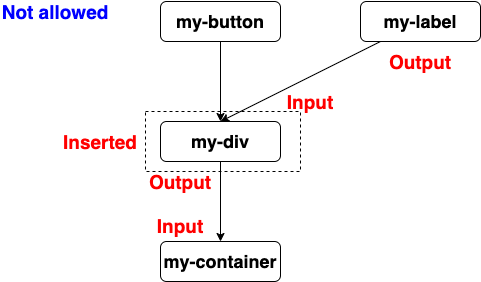
Earlier version of the draw.io export Python3/Dash/img/Dash_9.png (lin-chen-DLA/lin-chen-DLA.github.io). Source tidied: cells renumbered, new cells last; positions are measured from the earlier drawing's top-left corner, leaving out a move shared by most shapes. Its diagram source:
```xml
<mxGraphModel>
  <root>
    <mxCell id="0" />
    <mxCell id="1" parent="0" />
    <mxCell id="2" style="rounded=0;whiteSpace=wrap;html=1;dashed=1;" parent="1" vertex="1">
      <mxGeometry x="145" y="110" width="155" height="60" as="geometry" />
    </mxCell>
    <mxCell id="3" style="edgeStyle=orthogonalEdgeStyle;rounded=0;jettySize=auto;html=1;entryX=0.5;entryY=0;entryDx=0;entryDy=0;" parent="1" edge="1" source="4" target="6">
      <mxGeometry relative="1" as="geometry" />
    </mxCell>
    <mxCell id="4" value="&lt;font style=&quot;font-size: 18px&quot;&gt;&lt;b&gt;my-button&lt;/b&gt;&lt;/font&gt;" style="rounded=1;whiteSpace=wrap;html=1;" parent="1" vertex="1">
      <mxGeometry x="160" width="120" height="40" as="geometry" />
    </mxCell>
    <mxCell id="5" style="edgeStyle=orthogonalEdgeStyle;rounded=0;jettySize=auto;html=1;entryX=0.5;entryY=0;entryDx=0;entryDy=0;" parent="1" edge="1" source="6" target="12">
      <mxGeometry relative="1" as="geometry" />
    </mxCell>
    <mxCell id="6" value="&lt;font style=&quot;font-size: 18px&quot;&gt;&lt;b&gt;my-div&lt;/b&gt;&lt;/font&gt;" style="rounded=1;whiteSpace=wrap;html=1;" parent="1" vertex="1">
      <mxGeometry x="160" y="120" width="120" height="40" as="geometry" />
    </mxCell>
    <mxCell id="7" style="edgeStyle=none;rounded=0;jettySize=auto;html=1;entryX=0.5;entryY=0;entryDx=0;entryDy=0;" parent="1" edge="1" source="8" target="6">
      <mxGeometry relative="1" as="geometry" />
    </mxCell>
    <mxCell id="8" value="&lt;font style=&quot;font-size: 18px&quot;&gt;&lt;b&gt;my-label&lt;/b&gt;&lt;/font&gt;" style="rounded=1;whiteSpace=wrap;html=1;" parent="1" vertex="1">
      <mxGeometry x="360" width="120" height="40" as="geometry" />
    </mxCell>
    <mxCell id="9" value="&lt;font style=&quot;font-size: 19px&quot; color=&quot;#ff0000&quot;&gt;&lt;b&gt;Inserted&lt;/b&gt;&lt;/font&gt;" style="text;html=1;strokeColor=none;fillColor=none;align=center;verticalAlign=middle;whiteSpace=wrap;rounded=0;dashed=1;" parent="1" vertex="1">
      <mxGeometry x="80" y="130" width="40" height="20" as="geometry" />
    </mxCell>
    <mxCell id="10" value="&lt;font color=&quot;#ff0000&quot;&gt;&lt;span style=&quot;font-size: 19px&quot;&gt;&lt;b&gt;Output&lt;/b&gt;&lt;/span&gt;&lt;/font&gt;" style="text;html=1;strokeColor=none;fillColor=none;align=center;verticalAlign=middle;whiteSpace=wrap;rounded=0;dashed=1;" parent="1" vertex="1">
      <mxGeometry x="400" y="50" width="40" height="20" as="geometry" />
    </mxCell>
    <mxCell id="11" value="&lt;font color=&quot;#ff0000&quot;&gt;&lt;span style=&quot;font-size: 19px&quot;&gt;&lt;b&gt;Input&lt;/b&gt;&lt;/span&gt;&lt;/font&gt;" style="text;html=1;strokeColor=none;fillColor=none;align=center;verticalAlign=middle;whiteSpace=wrap;rounded=0;dashed=1;" parent="1" vertex="1">
      <mxGeometry x="290" y="90" width="40" height="20" as="geometry" />
    </mxCell>
    <mxCell id="12" value="&lt;font style=&quot;font-size: 18px&quot;&gt;&lt;b&gt;my-container&lt;/b&gt;&lt;/font&gt;" style="rounded=1;whiteSpace=wrap;html=1;" parent="1" vertex="1">
      <mxGeometry x="160" y="240" width="120" height="40" as="geometry" />
    </mxCell>
    <mxCell id="13" value="&lt;font color=&quot;#ff0000&quot;&gt;&lt;span style=&quot;font-size: 19px&quot;&gt;&lt;b&gt;Output&lt;/b&gt;&lt;/span&gt;&lt;/font&gt;" style="text;html=1;strokeColor=none;fillColor=none;align=center;verticalAlign=middle;whiteSpace=wrap;rounded=0;dashed=1;" parent="1" vertex="1">
      <mxGeometry x="160" y="170" width="40" height="20" as="geometry" />
    </mxCell>
    <mxCell id="14" value="&lt;font color=&quot;#ff0000&quot;&gt;&lt;span style=&quot;font-size: 19px&quot;&gt;&lt;b&gt;Input&lt;/b&gt;&lt;/span&gt;&lt;/font&gt;" style="text;html=1;strokeColor=none;fillColor=none;align=center;verticalAlign=middle;whiteSpace=wrap;rounded=0;dashed=1;" parent="1" vertex="1">
      <mxGeometry x="160" y="214" width="40" height="20" as="geometry" />
    </mxCell>
    <mxCell id="15" value="&lt;font style=&quot;font-size: 19px&quot; color=&quot;#0000ff&quot;&gt;&lt;b&gt;Not allowed&lt;/b&gt;&lt;/font&gt;" style="text;html=1;strokeColor=none;fillColor=none;align=center;verticalAlign=middle;whiteSpace=wrap;rounded=0;dashed=1;" parent="1" vertex="1">
      <mxGeometry width="110" height="20" as="geometry" />
    </mxCell>
  </root>
</mxGraphModel>
```
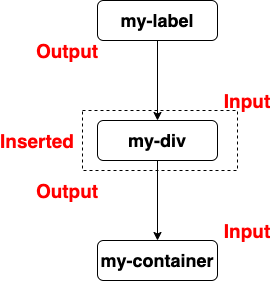
Above is the later version.

The edit, as a diff of the source:
```diff
@@ -5,12 +5,6 @@
     <mxCell id="2" style="rounded=0;whiteSpace=wrap;html=1;dashed=1;" parent="1" vertex="1">
       <mxGeometry x="145" y="110" width="155" height="60" as="geometry" />
     </mxCell>
-    <mxCell id="3" style="edgeStyle=orthogonalEdgeStyle;rounded=0;jettySize=auto;html=1;entryX=0.5;entryY=0;entryDx=0;entryDy=0;" parent="1" edge="1" source="4" target="6">
-      <mxGeometry relative="1" as="geometry" />
-    </mxCell>
-    <mxCell id="4" value="&lt;font style=&quot;font-size: 18px&quot;&gt;&lt;b&gt;my-button&lt;/b&gt;&lt;/font&gt;" style="rounded=1;whiteSpace=wrap;html=1;" parent="1" vertex="1">
-      <mxGeometry x="160" width="120" height="40" as="geometry" />
-    </mxCell>
     <mxCell id="5" style="edgeStyle=orthogonalEdgeStyle;rounded=0;jettySize=auto;html=1;entryX=0.5;entryY=0;entryDx=0;entryDy=0;" parent="1" edge="1" source="6" target="12">
       <mxGeometry relative="1" as="geometry" />
     </mxCell>
@@ -21,13 +15,13 @@
       <mxGeometry relative="1" as="geometry" />
     </mxCell>
     <mxCell id="8" value="&lt;font style=&quot;font-size: 18px&quot;&gt;&lt;b&gt;my-label&lt;/b&gt;&lt;/font&gt;" style="rounded=1;whiteSpace=wrap;html=1;" parent="1" vertex="1">
-      <mxGeometry x="360" width="120" height="40" as="geometry" />
+      <mxGeometry x="160" width="120" height="40" as="geometry" />
     </mxCell>
     <mxCell id="9" value="&lt;font style=&quot;font-size: 19px&quot; color=&quot;#ff0000&quot;&gt;&lt;b&gt;Inserted&lt;/b&gt;&lt;/font&gt;" style="text;html=1;strokeColor=none;fillColor=none;align=center;verticalAlign=middle;whiteSpace=wrap;rounded=0;dashed=1;" parent="1" vertex="1">
       <mxGeometry x="80" y="130" width="40" height="20" as="geometry" />
     </mxCell>
     <mxCell id="10" value="&lt;font color=&quot;#ff0000&quot;&gt;&lt;span style=&quot;font-size: 19px&quot;&gt;&lt;b&gt;Output&lt;/b&gt;&lt;/span&gt;&lt;/font&gt;" style="text;html=1;strokeColor=none;fillColor=none;align=center;verticalAlign=middle;whiteSpace=wrap;rounded=0;dashed=1;" parent="1" vertex="1">
-      <mxGeometry x="400" y="50" width="40" height="20" as="geometry" />
+      <mxGeometry x="110" y="40" width="40" height="20" as="geometry" />
     </mxCell>
     <mxCell id="11" value="&lt;font color=&quot;#ff0000&quot;&gt;&lt;span style=&quot;font-size: 19px&quot;&gt;&lt;b&gt;Input&lt;/b&gt;&lt;/span&gt;&lt;/font&gt;" style="text;html=1;strokeColor=none;fillColor=none;align=center;verticalAlign=middle;whiteSpace=wrap;rounded=0;dashed=1;" parent="1" vertex="1">
       <mxGeometry x="290" y="90" width="40" height="20" as="geometry" />
@@ -36,13 +30,10 @@
       <mxGeometry x="160" y="240" width="120" height="40" as="geometry" />
     </mxCell>
     <mxCell id="13" value="&lt;font color=&quot;#ff0000&quot;&gt;&lt;span style=&quot;font-size: 19px&quot;&gt;&lt;b&gt;Output&lt;/b&gt;&lt;/span&gt;&lt;/font&gt;" style="text;html=1;strokeColor=none;fillColor=none;align=center;verticalAlign=middle;whiteSpace=wrap;rounded=0;dashed=1;" parent="1" vertex="1">
-      <mxGeometry x="160" y="170" width="40" height="20" as="geometry" />
+      <mxGeometry x="110" y="180" width="40" height="20" as="geometry" />
     </mxCell>
     <mxCell id="14" value="&lt;font color=&quot;#ff0000&quot;&gt;&lt;span style=&quot;font-size: 19px&quot;&gt;&lt;b&gt;Input&lt;/b&gt;&lt;/span&gt;&lt;/font&gt;" style="text;html=1;strokeColor=none;fillColor=none;align=center;verticalAlign=middle;whiteSpace=wrap;rounded=0;dashed=1;" parent="1" vertex="1">
-      <mxGeometry x="160" y="214" width="40" height="20" as="geometry" />
+      <mxGeometry x="290" y="220" width="40" height="20" as="geometry" />
     </mxCell>
-    <mxCell id="15" value="&lt;font style=&quot;font-size: 19px&quot; color=&quot;#0000ff&quot;&gt;&lt;b&gt;Not allowed&lt;/b&gt;&lt;/font&gt;" style="text;html=1;strokeColor=none;fillColor=none;align=center;verticalAlign=middle;whiteSpace=wrap;rounded=0;dashed=1;" parent="1" vertex="1">
-      <mxGeometry width="110" height="20" as="geometry" />
-    </mxCell>
   </root>
 </mxGraphModel>
```
